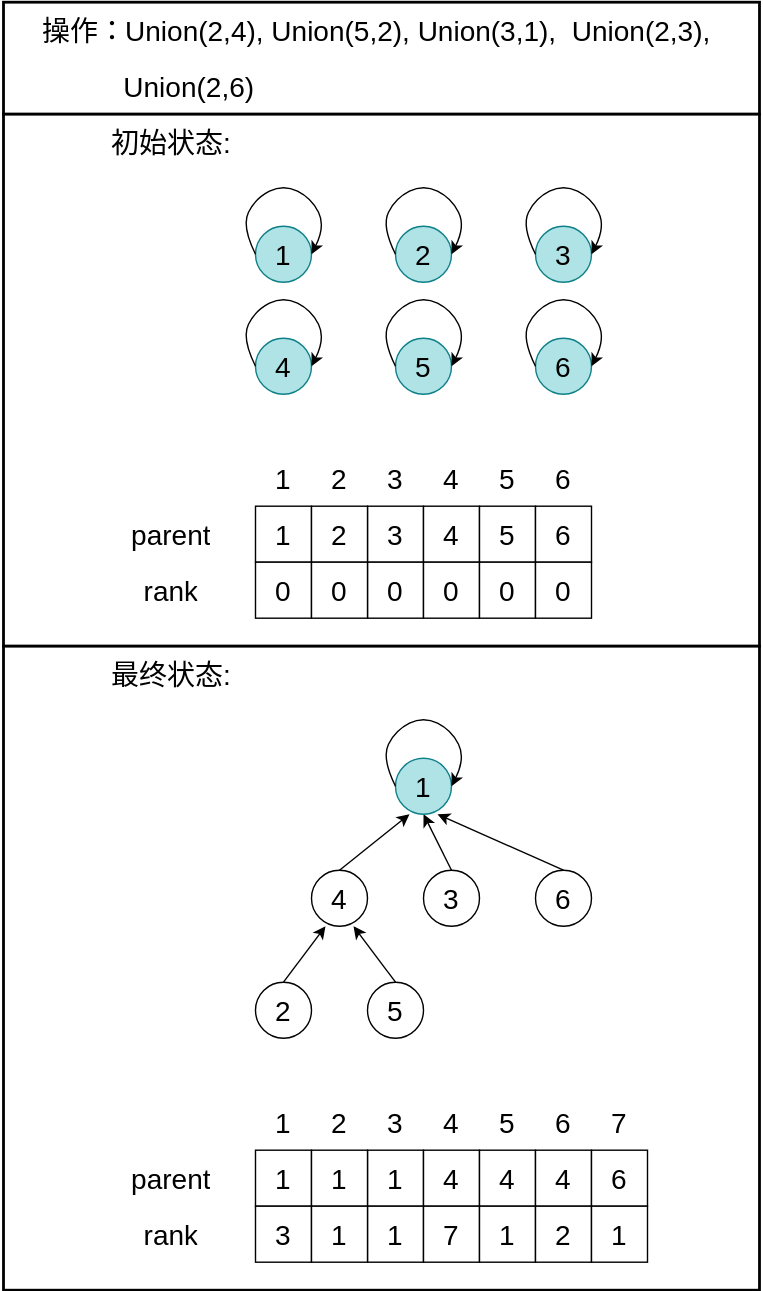
The draw.io diagram Algorithms/img/DisjointSet3.svg in TBD2021/Salt-and-Computer-Science, before a commit. Source tidied: cells renumbered, new cells last; positions are measured from the earlier drawing's top-left corner, leaving out a move shared by most shapes.
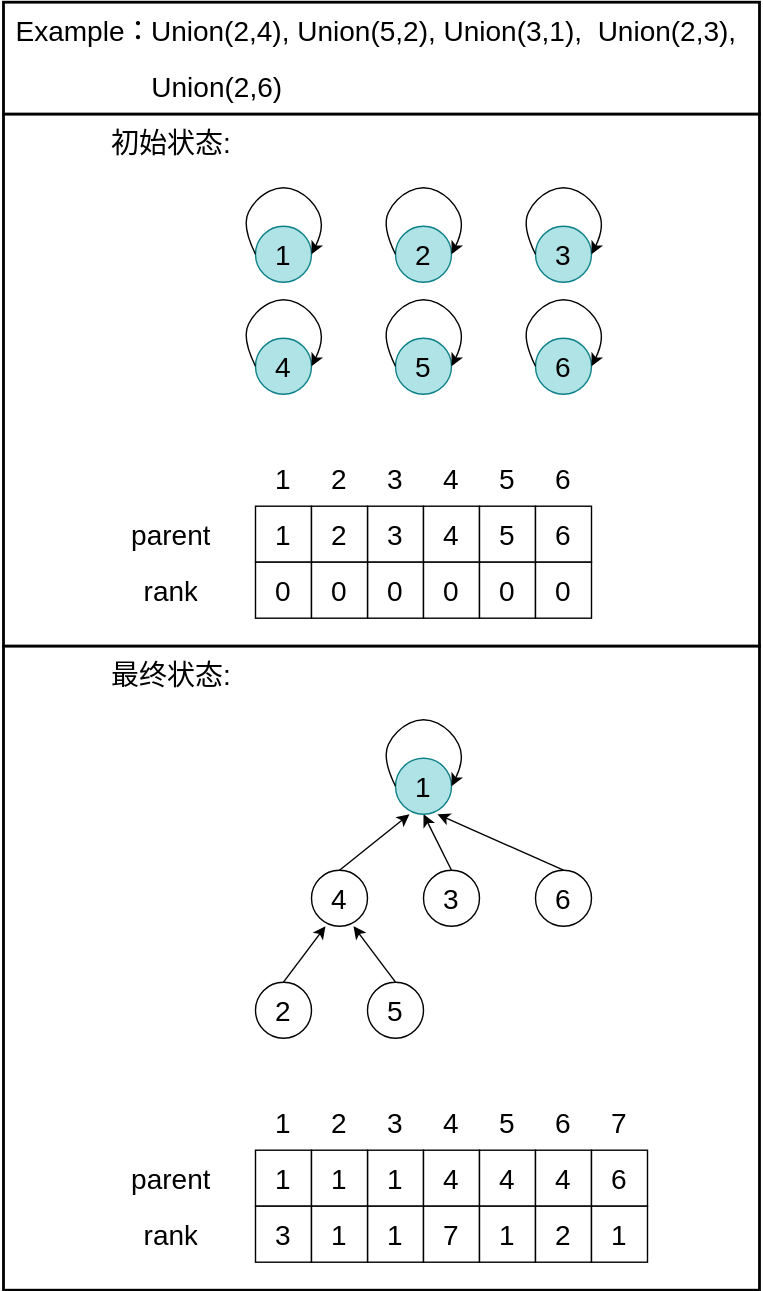
The same file after the commit.

Change to the diagram source:
```diff
@@ -154,17 +154,17 @@
     </object>
     <object id="38" label="&lt;span style=&quot;font-size: 20px;&quot;&gt;Union(2,4), Union(5,2), Union(3,1),&amp;nbsp;&amp;nbsp;&lt;/span&gt;&lt;font style=&quot;font-size: 20px;&quot;&gt;Union(2,3),&lt;/font&gt;&amp;nbsp;" name="Variable" placeholders="1">
       <mxCell style="text;html=1;strokeColor=none;fillColor=none;align=center;verticalAlign=middle;whiteSpace=wrap;overflow=hidden;" parent="1" vertex="1">
-        <mxGeometry x="54.5" width="490" height="40" as="geometry" />
+        <mxGeometry x="92" width="452.5" height="40" as="geometry" />
       </mxCell>
     </object>
-    <object id="39" label="&lt;span style=&quot;font-size: 20px;&quot;&gt;操作：&lt;/span&gt;" name="Variable" placeholders="1">
+    <object id="39" label="&lt;span style=&quot;font-size: 20px;&quot;&gt;Example：&lt;/span&gt;" name="Variable" placeholders="1">
       <mxCell style="text;html=1;strokeColor=none;fillColor=none;align=center;verticalAlign=middle;whiteSpace=wrap;overflow=hidden;" parent="1" vertex="1">
         <mxGeometry x="-0.5" width="120" height="40" as="geometry" />
       </mxCell>
     </object>
     <object id="40" label="&lt;span style=&quot;font-size: 20px;&quot;&gt;&amp;nbsp;Union(2,6)&lt;/span&gt;" name="Variable" placeholders="1">
       <mxCell style="text;html=1;strokeColor=none;fillColor=none;align=center;verticalAlign=middle;whiteSpace=wrap;overflow=hidden;" parent="1" vertex="1">
-        <mxGeometry x="2" y="40" width="260" height="40" as="geometry" />
+        <mxGeometry x="12" y="40" width="280" height="40" as="geometry" />
       </mxCell>
     </object>
     <object id="41" label="&lt;span style=&quot;font-size: 20px;&quot;&gt;最终状态:&lt;/span&gt;" name="Variable" placeholders="1">
```
